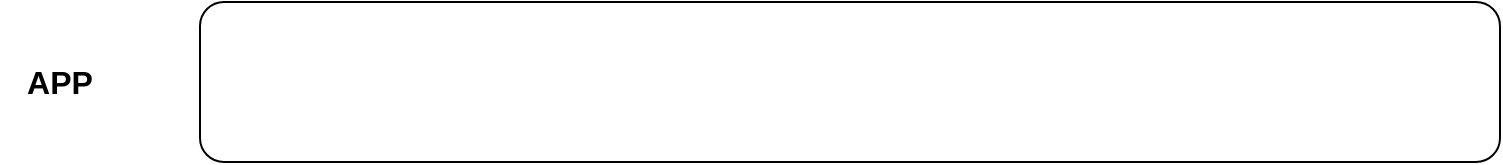
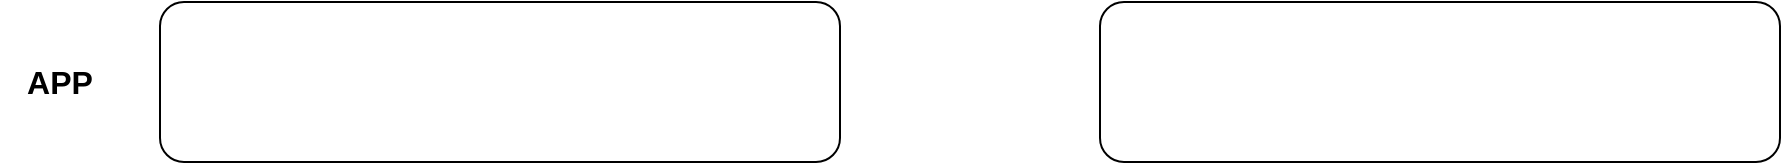
<mxfile host="app.diagrams.net">
  <diagram name="第 1 页" id="ybuJFLsuspTRZjUBc2Sj">
-     <mxGraphModel dx="1949" dy="596" grid="1" gridSize="10" guides="1" tooltips="1" connect="1" arrows="1" fold="1" page="1" pageScale="1" pageWidth="827" pageHeight="1169" math="0" shadow="0">
+     <mxGraphModel dx="1122" dy="596" grid="1" gridSize="10" guides="1" tooltips="1" connect="1" arrows="1" fold="1" page="1" pageScale="1" pageWidth="827" pageHeight="1169" math="0" shadow="0">
      <root>
        <mxCell id="0" />
        <mxCell id="1" parent="0" />
        <mxCell id="IlZ43ksjCjAGZCLtcrJK-1" parent="1" style="rounded=1;whiteSpace=wrap;html=1;" value="" vertex="1">
-           <mxGeometry height="80" width="650" x="80" y="190" as="geometry" />
+           <mxGeometry height="80" width="340" x="80" y="190" as="geometry" />
        </mxCell>
        <mxCell id="IlZ43ksjCjAGZCLtcrJK-2" parent="1" style="text;html=1;whiteSpace=wrap;strokeColor=none;fillColor=none;align=center;verticalAlign=middle;rounded=0;fontStyle=1;fontSize=16;" value="APP" vertex="1">
-           <mxGeometry height="30" width="60" x="-20" y="215" as="geometry" />
+           <mxGeometry height="30" width="60" y="215" as="geometry" />
+         </mxCell>
+         <mxCell id="IlZ43ksjCjAGZCLtcrJK-3" parent="1" style="rounded=1;whiteSpace=wrap;html=1;" value="" vertex="1">
+           <mxGeometry height="80" width="340" x="550" y="190" as="geometry" />
        </mxCell>
      </root>
    </mxGraphModel>
  </diagram>
</mxfile>
